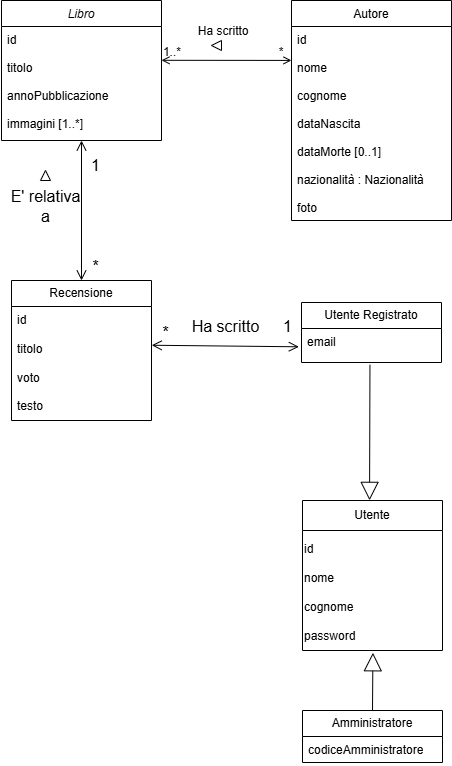
BlackFighter03/Siwbooks keeps this draw.io diagram as Modello di dominio.png. Above is the earlier version. Source tidied: cells renumbered, new cells last; positions are measured from the earlier drawing's top-left corner, leaving out a move shared by most shapes. Its diagram source:
```xml
<mxGraphModel>
  <root>
    <mxCell id="0" />
    <mxCell id="1" parent="0" />
    <mxCell id="2" value="Libro" style="swimlane;fontStyle=2;align=center;verticalAlign=top;horizontal=1;startSize=26;rounded=0;shadow=0;strokeWidth=1;" parent="1" vertex="1">
      <mxGeometry x="1" width="160" height="140" as="geometry" />
    </mxCell>
    <mxCell id="3" value="id&#10;&#10;titolo&#10;&#10;annoPubblicazione&#10;&#10;immagini [1..*]" style="text;align=left;verticalAlign=top;spacingLeft=4;spacingRight=4;overflow=hidden;" parent="2" vertex="1">
      <mxGeometry y="26" width="160" height="114" as="geometry" />
    </mxCell>
    <mxCell id="4" value="Autore" style="swimlane;fontStyle=0;align=center;verticalAlign=top;horizontal=1;startSize=26;rounded=0;shadow=0;strokeWidth=1;" parent="1" vertex="1">
      <mxGeometry x="291" width="160" height="220" as="geometry" />
    </mxCell>
    <mxCell id="5" value="id&#10;&#10;nome&#10;&#10;cognome&#10;&#10;dataNascita&#10;&#10;dataMorte [0..1]&#10;&#10;nazionalità : Nazionalità&#10;&#10;foto" style="text;align=left;verticalAlign=top;spacingLeft=4;spacingRight=4;overflow=hidden;" parent="4" vertex="1">
      <mxGeometry y="26" width="160" height="194" as="geometry" />
    </mxCell>
    <mxCell id="6" style="endArrow=open;shadow=0;strokeWidth=1;rounded=0;curved=0;endFill=0;edgeStyle=elbowEdgeStyle;elbow=vertical;startArrow=open;startFill=0;" parent="1" edge="1">
      <mxGeometry x="0.5" y="41" relative="1" as="geometry">
        <mxPoint x="161" y="59.8" as="sourcePoint" />
        <mxPoint x="291" y="59.8" as="targetPoint" />
        <mxPoint x="-40" y="32" as="offset" />
      </mxGeometry>
    </mxCell>
    <mxCell id="7" value="1..*" style="align=left;verticalAlign=bottom;labelBackgroundColor=none;fontSize=12;" parent="6" vertex="1">
      <mxGeometry x="-1" relative="1" as="geometry" />
    </mxCell>
    <mxCell id="8" value="*" style="align=right;verticalAlign=bottom;labelBackgroundColor=none;fontSize=12;" parent="6" vertex="1">
      <mxGeometry x="1" relative="1" as="geometry">
        <mxPoint x="-7" as="offset" />
      </mxGeometry>
    </mxCell>
    <mxCell id="9" value="&amp;nbsp;Ha scritto" style="text;html=1;align=center;verticalAlign=middle;labelBackgroundColor=none;rounded=0;shadow=0;strokeWidth=1;fontSize=12;" parent="6" vertex="1">
      <mxGeometry x="0.5" y="49" relative="1" as="geometry">
        <mxPoint x="-38" y="19" as="offset" />
      </mxGeometry>
    </mxCell>
    <mxCell id="10" style="triangle;whiteSpace=wrap;html=1;rotation=-180;fillColor=light-dark(#FFFFFF,#FFFFFF);" parent="1" vertex="1">
      <mxGeometry x="211" y="40" width="10" height="10" as="geometry" />
    </mxCell>
    <mxCell id="11" value="Recensione" style="swimlane;fontStyle=0;horizontal=1;startSize=26;fillColor=none;whiteSpace=wrap;html=1;" parent="1" vertex="1">
      <mxGeometry x="11" y="280" width="140" height="140" as="geometry" />
    </mxCell>
    <mxCell id="12" value="&lt;div&gt;id&lt;/div&gt;&lt;div&gt;&lt;br&gt;&lt;/div&gt;titolo&lt;div&gt;&lt;br&gt;&lt;/div&gt;&lt;div&gt;voto&lt;/div&gt;&lt;div&gt;&lt;br&gt;&lt;/div&gt;&lt;div&gt;testo&lt;/div&gt;" style="text;strokeColor=none;fillColor=none;align=left;verticalAlign=top;spacingLeft=4;spacingRight=4;overflow=hidden;whiteSpace=wrap;html=1;" parent="11" vertex="1">
      <mxGeometry y="26" width="140" height="114" as="geometry" />
    </mxCell>
    <mxCell id="13" style="edgeStyle=none;curved=1;rounded=0;jettySize=auto;html=1;fontSize=12;startSize=8;endSize=8;endArrow=open;startFill=0;startArrow=open;entryX=0.5;entryY=1;entryDx=0;entryDy=0;endFill=0;" parent="1" edge="1" source="11" target="2">
      <mxGeometry relative="1" as="geometry" />
    </mxCell>
    <mxCell id="14" value="E' relativa&lt;div&gt;a&lt;/div&gt;" style="text;html=1;align=center;verticalAlign=middle;strokeColor=none;fillColor=none;fontSize=16;" parent="1" vertex="1">
      <mxGeometry y="181" width="90" height="50" as="geometry" />
    </mxCell>
    <mxCell id="15" value="1" style="text;html=1;align=center;verticalAlign=middle;strokeColor=none;fillColor=none;fontSize=16;" parent="1" vertex="1">
      <mxGeometry x="80" y="150" width="30" height="30" as="geometry" />
    </mxCell>
    <mxCell id="16" value="*" style="text;html=1;align=center;verticalAlign=middle;strokeColor=none;fillColor=none;fontSize=16;" parent="1" vertex="1">
      <mxGeometry x="80" y="251" width="30" height="30" as="geometry" />
    </mxCell>
    <mxCell id="17" style="triangle;whiteSpace=wrap;html=1;rotation=-90;fillColor=light-dark(#FFFFFF,#FFFFFF);" parent="1" vertex="1">
      <mxGeometry x="40" y="170" width="10" height="10" as="geometry" />
    </mxCell>
    <mxCell id="18" value="Utente Registrato" style="swimlane;fontStyle=0;horizontal=1;startSize=26;fillColor=none;whiteSpace=wrap;html=1;" parent="1" vertex="1">
      <mxGeometry x="301" y="302" width="140" height="60" as="geometry" />
    </mxCell>
    <mxCell id="19" value="&lt;div&gt;email&lt;/div&gt;" style="text;strokeColor=none;fillColor=none;align=left;verticalAlign=top;spacingLeft=4;spacingRight=4;overflow=hidden;points=[[0,0.5],[1,0.5]];portConstraint=eastwest;whiteSpace=wrap;html=1;" parent="18" vertex="1">
      <mxGeometry y="26" width="140" height="34" as="geometry" />
    </mxCell>
    <mxCell id="20" style="edgeStyle=none;curved=1;rounded=0;jettySize=auto;html=1;entryX=0.041;entryY=0.925;entryDx=0;entryDy=0;fontSize=12;startSize=8;endSize=8;endArrow=open;endFill=0;startArrow=open;startFill=0;entryPerimeter=0;exitX=-0.019;exitY=0.538;exitDx=0;exitDy=0;exitPerimeter=0;" parent="1" edge="1" source="19" target="22">
      <mxGeometry relative="1" as="geometry" />
    </mxCell>
    <mxCell id="21" value="Ha scritto" style="text;html=1;align=center;verticalAlign=middle;strokeColor=none;fillColor=none;fontSize=16;" parent="1" vertex="1">
      <mxGeometry x="180" y="311" width="90" height="30" as="geometry" />
    </mxCell>
    <mxCell id="22" value="*" style="text;html=1;align=center;verticalAlign=middle;points=[];strokeColor=none;fillColor=none;fontSize=16;" parent="1" vertex="1">
      <mxGeometry x="150" y="317" width="30" height="30" as="geometry" />
    </mxCell>
    <mxCell id="23" value="1" style="text;html=1;align=center;verticalAlign=middle;strokeColor=none;fillColor=none;fontSize=16;" parent="1" vertex="1">
      <mxGeometry x="272" y="311" width="30" height="30" as="geometry" />
    </mxCell>
    <mxCell id="24" value="Amministratore" style="swimlane;fontStyle=0;horizontal=1;startSize=26;fillColor=none;whiteSpace=wrap;html=1;" parent="1" vertex="1">
      <mxGeometry x="302" y="710" width="140" height="52" as="geometry" />
    </mxCell>
    <mxCell id="25" value="codiceAmministratore" style="text;strokeColor=none;fillColor=none;align=left;verticalAlign=top;spacingLeft=4;spacingRight=4;overflow=hidden;whiteSpace=wrap;html=1;" parent="24" vertex="1">
      <mxGeometry y="26" width="140" height="26" as="geometry" />
    </mxCell>
    <mxCell id="26" value="Utente" style="swimlane;fontStyle=0;horizontal=1;startSize=30;fillColor=none;whiteSpace=wrap;html=1;" parent="1" vertex="1">
      <mxGeometry x="302" y="500" width="140" height="150" as="geometry" />
    </mxCell>
    <mxCell id="27" value="&lt;span style=&quot;font-size: 12px; text-wrap-mode: wrap;&quot;&gt;id&lt;/span&gt;&lt;div style=&quot;font-size: 12px; text-wrap-mode: wrap;&quot;&gt;&lt;br&gt;&lt;/div&gt;&lt;div style=&quot;font-size: 12px; text-wrap-mode: wrap;&quot;&gt;nome&lt;/div&gt;&lt;div style=&quot;font-size: 12px; text-wrap-mode: wrap;&quot;&gt;&lt;br&gt;&lt;/div&gt;&lt;div style=&quot;font-size: 12px; text-wrap-mode: wrap;&quot;&gt;cognome&lt;/div&gt;&lt;div style=&quot;font-size: 12px; text-wrap-mode: wrap;&quot;&gt;&lt;br&gt;&lt;/div&gt;&lt;div style=&quot;font-size: 12px; text-wrap-mode: wrap;&quot;&gt;password&lt;/div&gt;" style="text;html=1;align=left;verticalAlign=middle;points=[];strokeColor=none;fillColor=none;fontSize=16;" parent="26" vertex="1">
      <mxGeometry y="30" width="140" height="120" as="geometry" />
    </mxCell>
    <mxCell id="28" style="endArrow=block;endSize=16;endFill=0;html=1;rounded=0;fontSize=12;curved=1;exitX=0.5;exitY=0;exitDx=0;exitDy=0;entryX=0.503;entryY=1.019;entryDx=0;entryDy=0;entryPerimeter=0;" parent="1" edge="1" source="24" target="27">
      <mxGeometry x="-0.01" y="34" relative="1" as="geometry" />
    </mxCell>
    <mxCell id="29" style="endArrow=block;endSize=16;endFill=0;html=1;rounded=0;fontSize=12;curved=1;exitX=0.489;exitY=1.068;exitDx=0;exitDy=0;exitPerimeter=0;entryX=0.479;entryY=-0.001;entryDx=0;entryDy=0;entryPerimeter=0;" parent="1" edge="1" source="19" target="26">
      <mxGeometry relative="1" as="geometry" />
    </mxCell>
  </root>
</mxGraphModel>
```
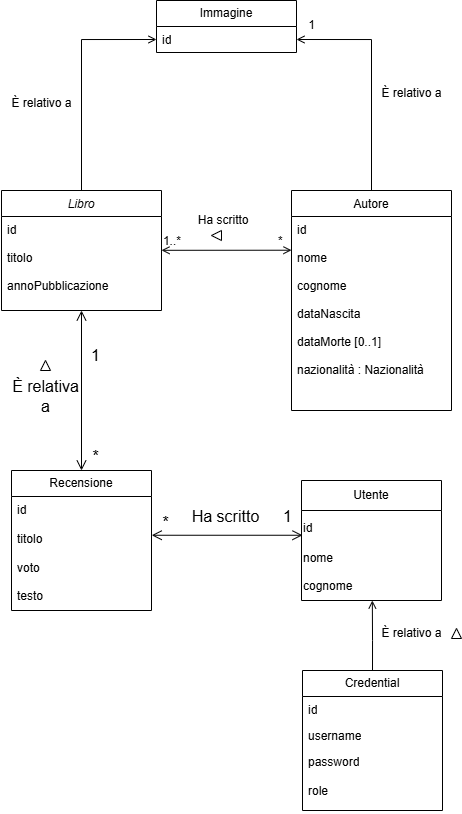
The same file after the commit.

Diff of the diagram source:
```diff
@@ -2,17 +2,23 @@
   <root>
     <mxCell id="0" />
     <mxCell id="1" parent="0" />
+    <mxCell id="30" style="edgeStyle=orthogonalEdgeStyle;rounded=0;jettySize=auto;html=1;entryX=0;entryY=0.5;entryDx=0;entryDy=0;endArrow=open;endFill=0;" parent="1" edge="1" source="2" target="40">
+      <mxGeometry relative="1" as="geometry" />
+    </mxCell>
     <mxCell id="2" value="Libro" style="swimlane;fontStyle=2;align=center;verticalAlign=top;horizontal=1;startSize=26;rounded=0;shadow=0;strokeWidth=1;" parent="1" vertex="1">
-      <mxGeometry x="1" width="160" height="140" as="geometry" />
+      <mxGeometry x="1" width="160" height="120" as="geometry" />
     </mxCell>
-    <mxCell id="3" value="id&#10;&#10;titolo&#10;&#10;annoPubblicazione&#10;&#10;immagini [1..*]" style="text;align=left;verticalAlign=top;spacingLeft=4;spacingRight=4;overflow=hidden;" parent="2" vertex="1">
-      <mxGeometry y="26" width="160" height="114" as="geometry" />
+    <mxCell id="3" value="id&#10;&#10;titolo&#10;&#10;annoPubblicazione" style="text;align=left;verticalAlign=top;spacingLeft=4;spacingRight=4;overflow=hidden;" parent="2" vertex="1">
+      <mxGeometry y="26" width="160" height="94" as="geometry" />
     </mxCell>
+    <mxCell id="31" style="edgeStyle=orthogonalEdgeStyle;rounded=0;jettySize=auto;html=1;entryX=1;entryY=0.5;entryDx=0;entryDy=0;endArrow=open;endFill=0;" parent="1" edge="1" source="4" target="40">
+      <mxGeometry relative="1" as="geometry" />
+    </mxCell>
     <mxCell id="4" value="Autore" style="swimlane;fontStyle=0;align=center;verticalAlign=top;horizontal=1;startSize=26;rounded=0;shadow=0;strokeWidth=1;" parent="1" vertex="1">
       <mxGeometry x="291" width="160" height="220" as="geometry" />
     </mxCell>
-    <mxCell id="5" value="id&#10;&#10;nome&#10;&#10;cognome&#10;&#10;dataNascita&#10;&#10;dataMorte [0..1]&#10;&#10;nazionalità : Nazionalità&#10;&#10;foto" style="text;align=left;verticalAlign=top;spacingLeft=4;spacingRight=4;overflow=hidden;" parent="4" vertex="1">
-      <mxGeometry y="26" width="160" height="194" as="geometry" />
+    <mxCell id="5" value="id&#10;&#10;nome&#10;&#10;cognome&#10;&#10;dataNascita&#10;&#10;dataMorte [0..1]&#10;&#10;nazionalità : Nazionalità" style="text;align=left;verticalAlign=top;spacingLeft=4;spacingRight=4;overflow=hidden;" parent="4" vertex="1">
+      <mxGeometry y="26" width="160" height="174" as="geometry" />
     </mxCell>
     <mxCell id="6" style="endArrow=open;shadow=0;strokeWidth=1;rounded=0;curved=0;endFill=0;edgeStyle=elbowEdgeStyle;elbow=vertical;startArrow=open;startFill=0;" parent="1" edge="1">
       <mxGeometry x="0.5" y="41" relative="1" as="geometry">
@@ -46,7 +52,7 @@
     <mxCell id="13" style="edgeStyle=none;curved=1;rounded=0;jettySize=auto;html=1;fontSize=12;startSize=8;endSize=8;endArrow=open;startFill=0;startArrow=open;entryX=0.5;entryY=1;entryDx=0;entryDy=0;endFill=0;" parent="1" edge="1" source="11" target="2">
       <mxGeometry relative="1" as="geometry" />
     </mxCell>
-    <mxCell id="14" value="E' relativa&lt;div&gt;a&lt;/div&gt;" style="text;html=1;align=center;verticalAlign=middle;strokeColor=none;fillColor=none;fontSize=16;" parent="1" vertex="1">
+    <mxCell id="14" value="È relativa&lt;div&gt;a&lt;/div&gt;" style="text;html=1;align=center;verticalAlign=middle;strokeColor=none;fillColor=none;fontSize=16;" parent="1" vertex="1">
       <mxGeometry y="181" width="90" height="50" as="geometry" />
     </mxCell>
     <mxCell id="15" value="1" style="text;html=1;align=center;verticalAlign=middle;strokeColor=none;fillColor=none;fontSize=16;" parent="1" vertex="1">
@@ -58,13 +64,7 @@
     <mxCell id="17" style="triangle;whiteSpace=wrap;html=1;rotation=-90;fillColor=light-dark(#FFFFFF,#FFFFFF);" parent="1" vertex="1">
       <mxGeometry x="40" y="170" width="10" height="10" as="geometry" />
     </mxCell>
-    <mxCell id="18" value="Utente Registrato" style="swimlane;fontStyle=0;horizontal=1;startSize=26;fillColor=none;whiteSpace=wrap;html=1;" parent="1" vertex="1">
-      <mxGeometry x="301" y="302" width="140" height="60" as="geometry" />
-    </mxCell>
-    <mxCell id="19" value="&lt;div&gt;email&lt;/div&gt;" style="text;strokeColor=none;fillColor=none;align=left;verticalAlign=top;spacingLeft=4;spacingRight=4;overflow=hidden;points=[[0,0.5],[1,0.5]];portConstraint=eastwest;whiteSpace=wrap;html=1;" parent="18" vertex="1">
-      <mxGeometry y="26" width="140" height="34" as="geometry" />
-    </mxCell>
-    <mxCell id="20" style="edgeStyle=none;curved=1;rounded=0;jettySize=auto;html=1;entryX=0.041;entryY=0.925;entryDx=0;entryDy=0;fontSize=12;startSize=8;endSize=8;endArrow=open;endFill=0;startArrow=open;startFill=0;entryPerimeter=0;exitX=-0.019;exitY=0.538;exitDx=0;exitDy=0;exitPerimeter=0;" parent="1" edge="1" source="19" target="22">
+    <mxCell id="20" style="edgeStyle=none;curved=1;rounded=0;jettySize=auto;html=1;entryX=0.041;entryY=0.925;entryDx=0;entryDy=0;fontSize=12;startSize=8;endSize=8;endArrow=open;endFill=0;startArrow=open;startFill=0;entryPerimeter=0;exitX=0.007;exitY=0.275;exitDx=0;exitDy=0;exitPerimeter=0;" parent="1" edge="1" source="27" target="22">
       <mxGeometry relative="1" as="geometry" />
     </mxCell>
     <mxCell id="21" value="Ha scritto" style="text;html=1;align=center;verticalAlign=middle;strokeColor=none;fillColor=none;fontSize=16;" parent="1" vertex="1">
@@ -76,23 +76,54 @@
     <mxCell id="23" value="1" style="text;html=1;align=center;verticalAlign=middle;strokeColor=none;fillColor=none;fontSize=16;" parent="1" vertex="1">
       <mxGeometry x="272" y="311" width="30" height="30" as="geometry" />
     </mxCell>
-    <mxCell id="24" value="Amministratore" style="swimlane;fontStyle=0;horizontal=1;startSize=26;fillColor=none;whiteSpace=wrap;html=1;" parent="1" vertex="1">
-      <mxGeometry x="302" y="710" width="140" height="52" as="geometry" />
-    </mxCell>
-    <mxCell id="25" value="codiceAmministratore" style="text;strokeColor=none;fillColor=none;align=left;verticalAlign=top;spacingLeft=4;spacingRight=4;overflow=hidden;whiteSpace=wrap;html=1;" parent="24" vertex="1">
-      <mxGeometry y="26" width="140" height="26" as="geometry" />
-    </mxCell>
     <mxCell id="26" value="Utente" style="swimlane;fontStyle=0;horizontal=1;startSize=30;fillColor=none;whiteSpace=wrap;html=1;" parent="1" vertex="1">
-      <mxGeometry x="302" y="500" width="140" height="150" as="geometry" />
+      <mxGeometry x="301" y="290" width="140" height="120" as="geometry" />
     </mxCell>
-    <mxCell id="27" value="&lt;span style=&quot;font-size: 12px; text-wrap-mode: wrap;&quot;&gt;id&lt;/span&gt;&lt;div style=&quot;font-size: 12px; text-wrap-mode: wrap;&quot;&gt;&lt;br&gt;&lt;/div&gt;&lt;div style=&quot;font-size: 12px; text-wrap-mode: wrap;&quot;&gt;nome&lt;/div&gt;&lt;div style=&quot;font-size: 12px; text-wrap-mode: wrap;&quot;&gt;&lt;br&gt;&lt;/div&gt;&lt;div style=&quot;font-size: 12px; text-wrap-mode: wrap;&quot;&gt;cognome&lt;/div&gt;&lt;div style=&quot;font-size: 12px; text-wrap-mode: wrap;&quot;&gt;&lt;br&gt;&lt;/div&gt;&lt;div style=&quot;font-size: 12px; text-wrap-mode: wrap;&quot;&gt;password&lt;/div&gt;" style="text;html=1;align=left;verticalAlign=middle;points=[];strokeColor=none;fillColor=none;fontSize=16;" parent="26" vertex="1">
-      <mxGeometry y="30" width="140" height="120" as="geometry" />
+    <mxCell id="27" value="&lt;span style=&quot;font-size: 12px; text-wrap-mode: wrap;&quot;&gt;id&lt;/span&gt;&lt;div style=&quot;font-size: 12px; text-wrap-mode: wrap;&quot;&gt;&lt;br&gt;&lt;/div&gt;&lt;div style=&quot;font-size: 12px; text-wrap-mode: wrap;&quot;&gt;nome&lt;/div&gt;&lt;div style=&quot;font-size: 12px; text-wrap-mode: wrap;&quot;&gt;&lt;br&gt;&lt;/div&gt;&lt;div style=&quot;font-size: 12px; text-wrap-mode: wrap;&quot;&gt;cognome&lt;/div&gt;" style="text;html=1;align=left;verticalAlign=middle;points=[];strokeColor=none;fillColor=none;fontSize=16;" parent="26" vertex="1">
+      <mxGeometry y="30" width="140" height="90" as="geometry" />
     </mxCell>
-    <mxCell id="28" style="endArrow=block;endSize=16;endFill=0;html=1;rounded=0;fontSize=12;curved=1;exitX=0.5;exitY=0;exitDx=0;exitDy=0;entryX=0.503;entryY=1.019;entryDx=0;entryDy=0;entryPerimeter=0;" parent="1" edge="1" source="24" target="27">
-      <mxGeometry x="-0.01" y="34" relative="1" as="geometry" />
-    </mxCell>
-    <mxCell id="29" style="endArrow=block;endSize=16;endFill=0;html=1;rounded=0;fontSize=12;curved=1;exitX=0.489;exitY=1.068;exitDx=0;exitDy=0;exitPerimeter=0;entryX=0.479;entryY=-0.001;entryDx=0;entryDy=0;entryPerimeter=0;" parent="1" edge="1" source="19" target="26">
-      <mxGeometry relative="1" as="geometry" />
-    </mxCell>
+    <mxCell id="32" value="Credential" style="swimlane;fontStyle=0;horizontal=1;startSize=26;fillColor=none;whiteSpace=wrap;html=1;" parent="1" vertex="1">
+      <mxGeometry x="302" y="480" width="140" height="140" as="geometry" />
+    </mxCell>
+    <mxCell id="33" value="id" style="text;strokeColor=none;fillColor=none;align=left;verticalAlign=top;spacingLeft=4;spacingRight=4;overflow=hidden;whiteSpace=wrap;html=1;" parent="32" vertex="1">
+      <mxGeometry y="26" width="140" height="26" as="geometry" />
+    </mxCell>
+    <mxCell id="34" value="username" style="text;strokeColor=none;fillColor=none;align=left;verticalAlign=top;spacingLeft=4;spacingRight=4;overflow=hidden;whiteSpace=wrap;html=1;" parent="32" vertex="1">
+      <mxGeometry y="52" width="140" height="26" as="geometry" />
+    </mxCell>
+    <mxCell id="35" value="password&lt;div&gt;&lt;br&gt;&lt;/div&gt;&lt;div&gt;role&lt;/div&gt;" style="text;strokeColor=none;fillColor=none;align=left;verticalAlign=top;spacingLeft=4;spacingRight=4;overflow=hidden;whiteSpace=wrap;html=1;" parent="32" vertex="1">
+      <mxGeometry y="78" width="140" height="62" as="geometry" />
+    </mxCell>
+    <mxCell id="36" style="edgeStyle=orthogonalEdgeStyle;rounded=0;orthogonalLoop=1;jettySize=auto;html=1;entryX=0.507;entryY=0.956;entryDx=0;entryDy=0;entryPerimeter=0;endArrow=open;endFill=0;" parent="1" edge="1">
+      <mxGeometry relative="1" as="geometry">
+        <mxPoint x="372" y="480" as="sourcePoint" />
+        <mxPoint x="371.8" y="410" as="targetPoint" />
+        <Array as="points">
+          <mxPoint x="372" y="450" />
+          <mxPoint x="372" y="450" />
+        </Array>
+      </mxGeometry>
+    </mxCell>
+    <mxCell id="37" value="È relativo a" style="text;html=1;align=center;verticalAlign=middle;strokeColor=none;fillColor=none;" parent="1" vertex="1">
+      <mxGeometry x="371" y="428" width="80" height="30" as="geometry" />
+    </mxCell>
+    <mxCell id="38" style="triangle;whiteSpace=wrap;html=1;rotation=-90;fillColor=light-dark(#FFFFFF,#FFFFFF);" parent="1" vertex="1">
+      <mxGeometry x="451" y="438" width="10" height="10" as="geometry" />
+    </mxCell>
+    <mxCell id="39" value="Immagine" style="swimlane;fontStyle=0;horizontal=1;startSize=26;fillColor=none;whiteSpace=wrap;html=1;" parent="1" vertex="1">
+      <mxGeometry x="156" y="-190" width="140" height="52" as="geometry" />
+    </mxCell>
+    <mxCell id="40" value="id" style="text;strokeColor=none;fillColor=none;align=left;verticalAlign=top;spacingLeft=4;spacingRight=4;overflow=hidden;points=[[0,0.5],[1,0.5]];portConstraint=eastwest;whiteSpace=wrap;html=1;" parent="39" vertex="1">
+      <mxGeometry y="26" width="140" height="26" as="geometry" />
+    </mxCell>
+    <mxCell id="41" value="È relativo a" style="text;html=1;align=center;verticalAlign=middle;strokeColor=none;fillColor=none;" parent="1" vertex="1">
+      <mxGeometry x="371" y="-112" width="80" height="30" as="geometry" />
+    </mxCell>
+    <mxCell id="42" value="È relativo a" style="text;html=1;align=center;verticalAlign=middle;strokeColor=none;fillColor=none;" parent="1" vertex="1">
+      <mxGeometry x="1" y="-102" width="80" height="30" as="geometry" />
+    </mxCell>
+    <mxCell id="43" value="1" style="text;html=1;align=center;verticalAlign=middle;strokeColor=none;fillColor=none;" parent="1" vertex="1">
+      <mxGeometry x="296" y="-180" width="30" height="30" as="geometry" />
+    </mxCell>
   </root>
 </mxGraphModel>
```
